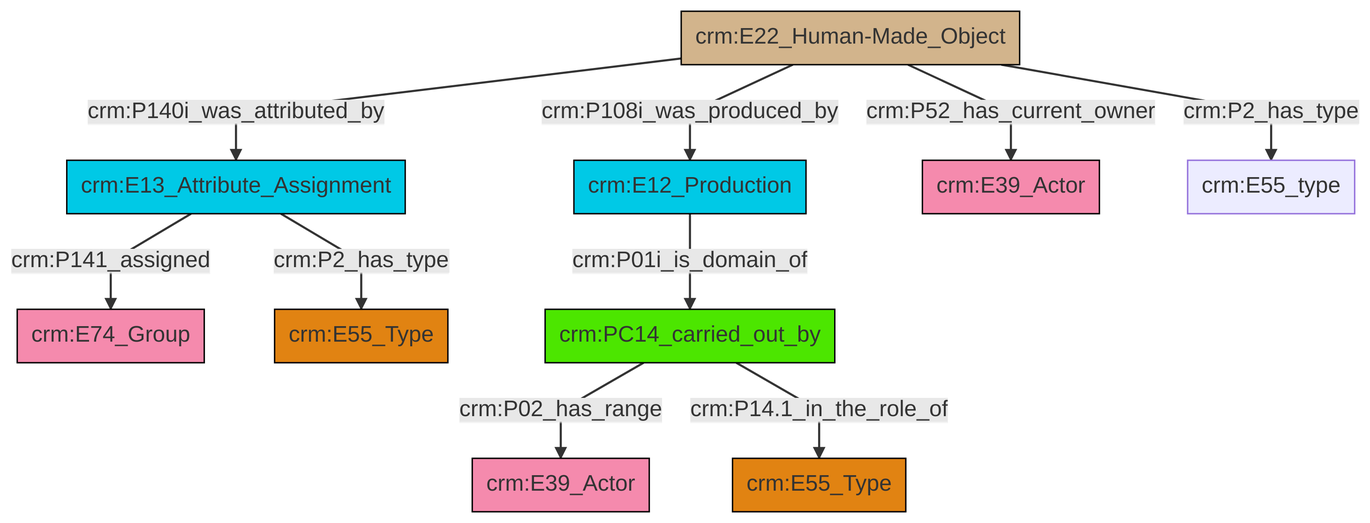
Earlier version of the Mermaid export et/builtWorkCSV/ttl/mmd/png/Built_Work_actor_relations.png (swiss-art-research-net/reference-data-models). Its source is kept beside it as et/builtWorkCSV/ttl/mmd/Built_Work_actor_relations.ttl.mmd.
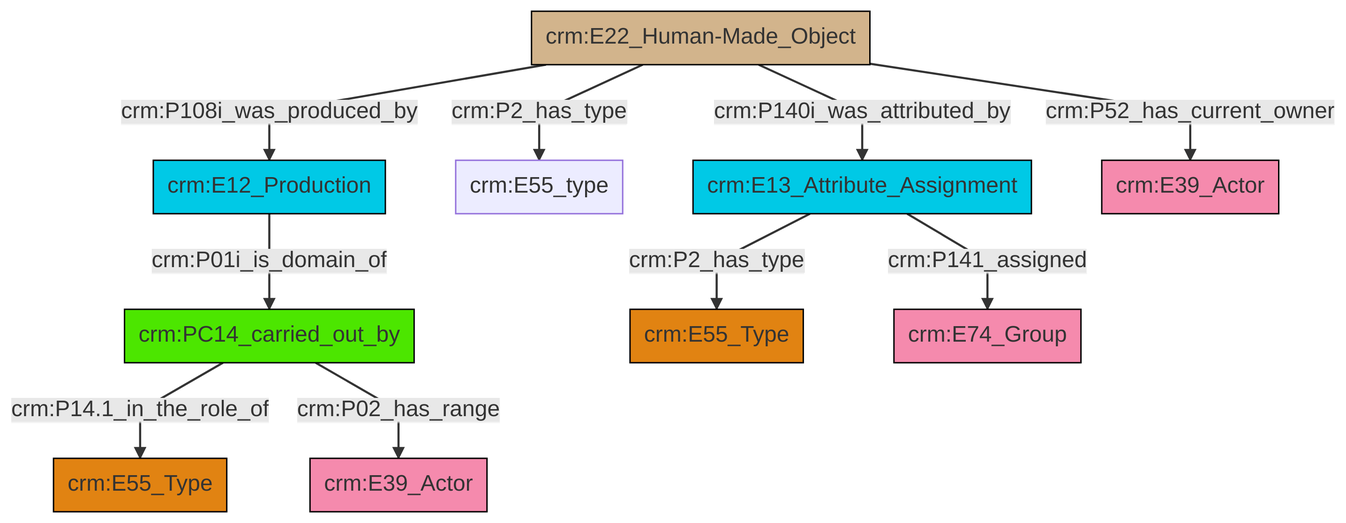
The same diagram one commit later.

Change to the diagram source:
```diff
@@ -13,12 +13,12 @@
 classDef PC_Classes fill:#4ce600, stroke:#000000;
 classDef Multi fill:#cccccc,stroke:#000000;
 
-2["crm:E13_Attribute_Assignment"]:::Temporal_Entity -->|crm:P141_assigned| 3["crm:E74_Group"]:::Actor
-2["crm:E13_Attribute_Assignment"]:::Temporal_Entity -->|crm:P2_has_type| 8["crm:E55_Type"]:::Type
-4["crm:E12_Production"]:::Temporal_Entity -->|crm:P01i_is_domain_of| 11["crm:PC14_carried_out_by"]:::PC_Classes
-9["crm:E22_Human-Made_Object"]:::Physical_Thing -->|crm:P140i_was_attributed_by| 2["crm:E13_Attribute_Assignment"]:::Temporal_Entity
-9["crm:E22_Human-Made_Object"]:::Physical_Thing -->|crm:P108i_was_produced_by| 4["crm:E12_Production"]:::Temporal_Entity
-9["crm:E22_Human-Made_Object"]:::Physical_Thing -->|crm:P52_has_current_owner| 6["crm:E39_Actor"]:::Actor
-9["crm:E22_Human-Made_Object"]:::Physical_Thing -->|crm:P2_has_type| 14["crm:E55_type"]:::Default
-11["crm:PC14_carried_out_by"]:::PC_Classes -->|crm:P02_has_range| 16["crm:E39_Actor"]:::Actor
-11["crm:PC14_carried_out_by"]:::PC_Classes -->|crm:P14.1_in_the_role_of| 0["crm:E55_Type"]:::Type
+0["crm:PC14_carried_out_by"]:::PC_Classes -->|crm:P14.1_in_the_role_of| 1["crm:E55_Type"]:::Type
+2["crm:E22_Human-Made_Object"]:::Physical_Thing -->|crm:P2_has_type| 6["crm:E55_type"]:::Default
+2["crm:E22_Human-Made_Object"]:::Physical_Thing -->|crm:P108i_was_produced_by| 7["crm:E12_Production"]:::Temporal_Entity
+2["crm:E22_Human-Made_Object"]:::Physical_Thing -->|crm:P140i_was_attributed_by| 4["crm:E13_Attribute_Assignment"]:::Temporal_Entity
+4["crm:E13_Attribute_Assignment"]:::Temporal_Entity -->|crm:P141_assigned| 15["crm:E74_Group"]:::Actor
+2["crm:E22_Human-Made_Object"]:::Physical_Thing -->|crm:P52_has_current_owner| 17["crm:E39_Actor"]:::Actor
+0["crm:PC14_carried_out_by"]:::PC_Classes -->|crm:P02_has_range| 13["crm:E39_Actor"]:::Actor
+4["crm:E13_Attribute_Assignment"]:::Temporal_Entity -->|crm:P2_has_type| 8["crm:E55_Type"]:::Type
+7["crm:E12_Production"]:::Temporal_Entity -->|crm:P01i_is_domain_of| 0["crm:PC14_carried_out_by"]:::PC_Classes
```
